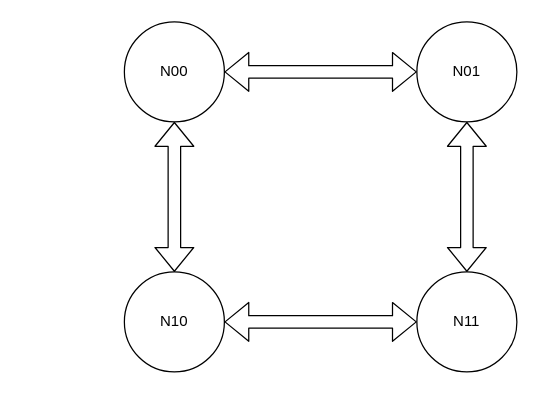
Above: topological_GSPN.drawio in YifengWei1999/4YP_diagrams (draw.io), before the change. Source tidied: cells renumbered, new cells numbered last; positions are measured from the earlier drawing's top-left corner, leaving out a move shared by most shapes. Both pictures are drawn from the tidied source at 125%, with x=0, y=0 at pixel (124, 21).
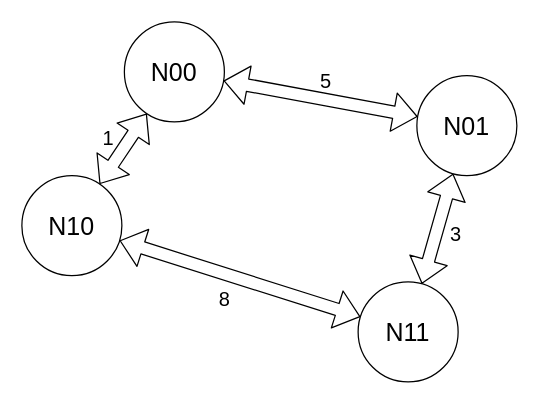
The same diagram, later.

The edit, as a diff of the source:
```diff
@@
 <mxGraphModel>
   <root>
     <mxCell id="0" />
     <mxCell id="1" parent="0" />
-    <mxCell id="2" value="N00" style="ellipse;whiteSpace=wrap;html=1;" parent="1" vertex="1">
+    <mxCell id="2" value="&lt;font style=&quot;font-size: 20px&quot;&gt;N00&lt;/font&gt;" style="ellipse;whiteSpace=wrap;html=1;" parent="1" vertex="1">
       <mxGeometry width="80" height="80" as="geometry" />
     </mxCell>
-    <mxCell id="3" value="N01" style="ellipse;whiteSpace=wrap;html=1;" parent="1" vertex="1">
-      <mxGeometry x="234" width="80" height="80" as="geometry" />
+    <mxCell id="3" value="&lt;font style=&quot;font-size: 20px&quot;&gt;N01&lt;/font&gt;" style="ellipse;whiteSpace=wrap;html=1;" parent="1" vertex="1">
+      <mxGeometry x="234" y="43" width="80" height="80" as="geometry" />
     </mxCell>
-    <mxCell id="4" value="N10" style="ellipse;whiteSpace=wrap;html=1;" parent="1" vertex="1">
-      <mxGeometry y="200" width="80" height="80" as="geometry" />
+    <mxCell id="4" value="&lt;font style=&quot;font-size: 20px&quot;&gt;N10&lt;/font&gt;" style="ellipse;whiteSpace=wrap;html=1;" parent="1" vertex="1">
+      <mxGeometry x="-82" y="123" width="80" height="80" as="geometry" />
     </mxCell>
-    <mxCell id="5" value="N11" style="ellipse;whiteSpace=wrap;html=1;" parent="1" vertex="1">
-      <mxGeometry x="234" y="200" width="80" height="80" as="geometry" />
+    <mxCell id="5" value="&lt;font style=&quot;font-size: 20px&quot;&gt;N11&lt;/font&gt;" style="ellipse;whiteSpace=wrap;html=1;" parent="1" vertex="1">
+      <mxGeometry x="187" y="208" width="80" height="80" as="geometry" />
     </mxCell>
     <mxCell id="6" style="shape=flexArrow;endArrow=classic;startArrow=classic;html=1;" parent="1" edge="1" source="2" target="3">
       <mxGeometry relative="1" as="geometry" />
     </mxCell>
     <mxCell id="7" style="shape=flexArrow;endArrow=classic;startArrow=classic;html=1;" parent="1" edge="1" source="2" target="4">
       <mxGeometry relative="1" as="geometry" />
     </mxCell>
     <mxCell id="8" style="shape=flexArrow;endArrow=classic;startArrow=classic;html=1;" parent="1" edge="1" source="4" target="5">
       <mxGeometry relative="1" as="geometry" />
     </mxCell>
+    <mxCell id="10" value="&lt;font style=&quot;font-size: 16px&quot;&gt;8&lt;/font&gt;" style="edgeLabel;html=1;align=center;verticalAlign=middle;" parent="8" vertex="1">
+      <mxGeometry x="-0.1" y="-9" relative="1" as="geometry">
+        <mxPoint x="-1" y="11" as="offset" />
+      </mxGeometry>
+    </mxCell>
     <mxCell id="9" style="shape=flexArrow;endArrow=classic;startArrow=classic;html=1;" parent="1" edge="1" source="3" target="5">
       <mxGeometry relative="1" as="geometry" />
     </mxCell>
+    <mxCell id="11" value="&lt;font style=&quot;font-size: 16px&quot;&gt;3&lt;/font&gt;" style="edgeLabel;html=1;align=center;verticalAlign=middle;" parent="9" vertex="1">
+      <mxGeometry x="-0.03" y="9" relative="1" as="geometry">
+        <mxPoint x="5" y="3" as="offset" />
+      </mxGeometry>
+    </mxCell>
+    <mxCell id="12" value="&lt;font style=&quot;font-size: 16px&quot;&gt;1&lt;/font&gt;" style="text;html=1;align=center;verticalAlign=middle;strokeColor=none;" parent="1" vertex="1">
+      <mxGeometry x="-23" y="83" width="19" height="20" as="geometry" />
+    </mxCell>
+    <mxCell id="13" value="&lt;font style=&quot;font-size: 16px&quot;&gt;5&lt;/font&gt;" style="text;html=1;align=center;verticalAlign=middle;strokeColor=none;" parent="1" vertex="1">
+      <mxGeometry x="151" y="37" width="19" height="20" as="geometry" />
+    </mxCell>
   </root>
 </mxGraphModel>
```
